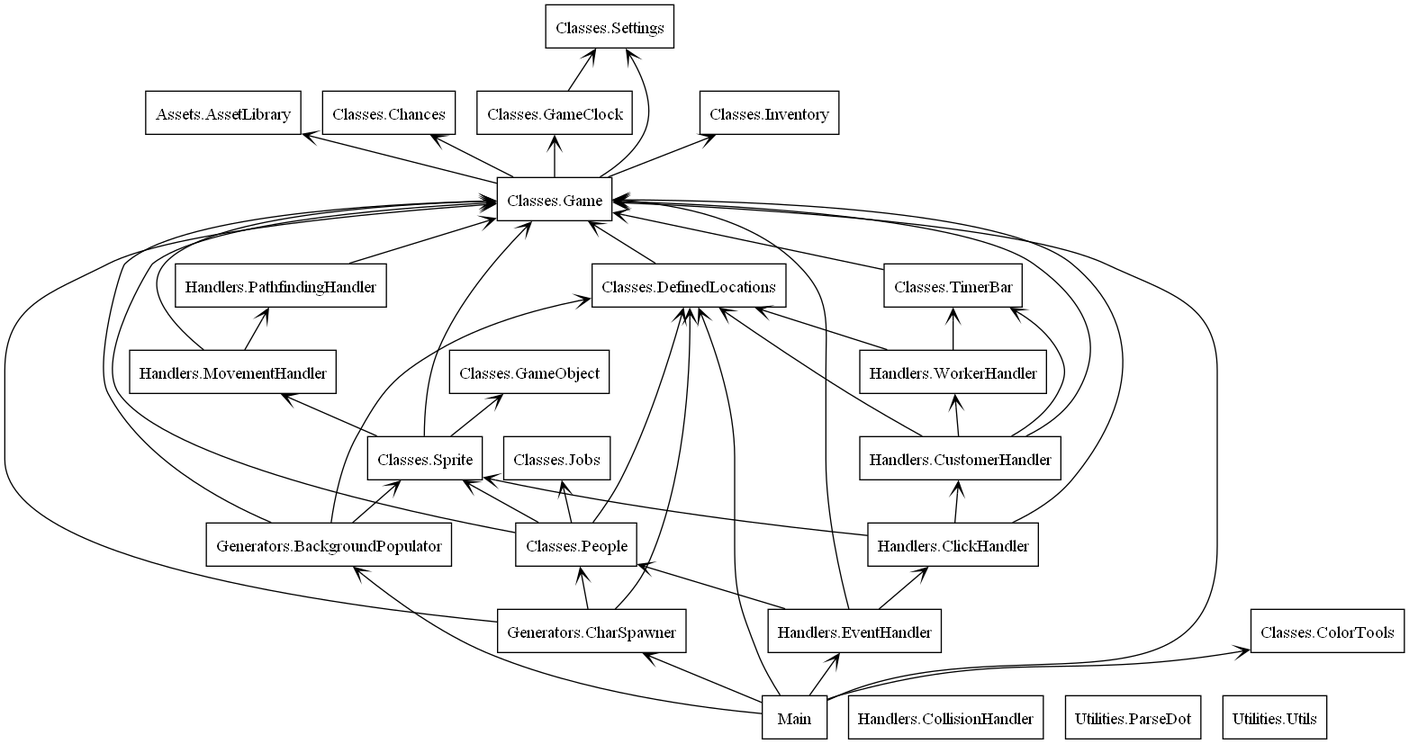
Before: Utilities/packages.png, a diagram exported from Graphviz (AedanM/PoppaPizza). Its source is kept beside it as Utilities/packages.dot.
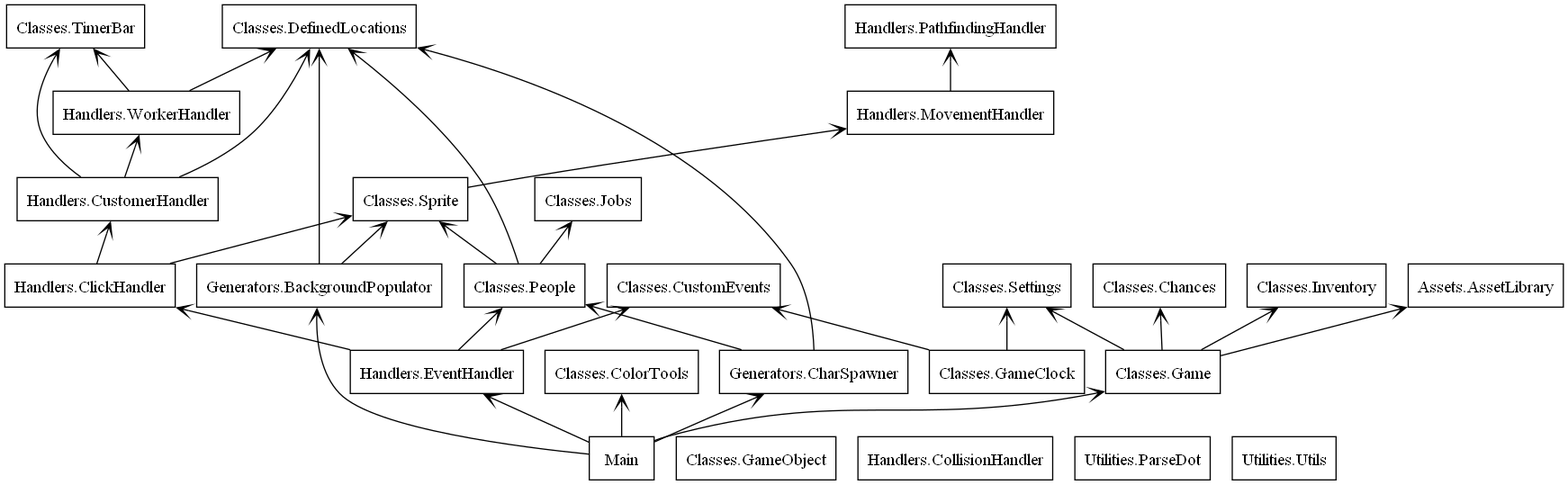
Later version of the same file.

Change to the diagram source:
```diff
@@ -4,6 +4,7 @@
 "Assets.AssetLibrary" [color="black", label=<Assets.AssetLibrary>, shape="box", style="solid"];
 "Classes.Chances" [color="black", label=<Classes.Chances>, shape="box", style="solid"];
 "Classes.ColorTools" [color="black", label=<Classes.ColorTools>, shape="box", style="solid"];
+"Classes.CustomEvents" [color="black", label=<Classes.CustomEvents>, shape="box", style="solid"];
 "Classes.DefinedLocations" [color="black", label=<Classes.DefinedLocations>, shape="box", style="solid"];
 "Classes.Game" [color="black", label=<Classes.Game>, shape="box", style="solid"];
 "Classes.GameClock" [color="black", label=<Classes.GameClock>, shape="box", style="solid"];
@@ -26,44 +27,32 @@
 "Main" [color="black", label=<Main>, shape="box", style="solid"];
 "Utilities.ParseDot" [color="black", label=<Utilities.ParseDot>, shape="box", style="solid"];
 "Utilities.Utils" [color="black", label=<Utilities.Utils>, shape="box", style="solid"];
-"Classes.DefinedLocations" -> "Classes.Game" [arrowhead="open", arrowtail="none"];
 "Classes.Game" -> "Assets.AssetLibrary" [arrowhead="open", arrowtail="none"];
 "Classes.Game" -> "Classes.Chances" [arrowhead="open", arrowtail="none"];
-"Classes.Game" -> "Classes.GameClock" [arrowhead="open", arrowtail="none"];
 "Classes.Game" -> "Classes.Inventory" [arrowhead="open", arrowtail="none"];
 "Classes.Game" -> "Classes.Settings" [arrowhead="open", arrowtail="none"];
+"Classes.GameClock" -> "Classes.CustomEvents" [arrowhead="open", arrowtail="none"];
 "Classes.GameClock" -> "Classes.Settings" [arrowhead="open", arrowtail="none"];
 "Classes.People" -> "Classes.DefinedLocations" [arrowhead="open", arrowtail="none"];
-"Classes.People" -> "Classes.Game" [arrowhead="open", arrowtail="none"];
 "Classes.People" -> "Classes.Jobs" [arrowhead="open", arrowtail="none"];
 "Classes.People" -> "Classes.Sprite" [arrowhead="open", arrowtail="none"];
-"Classes.Sprite" -> "Classes.Game" [arrowhead="open", arrowtail="none"];
-"Classes.Sprite" -> "Classes.GameObject" [arrowhead="open", arrowtail="none"];
 "Classes.Sprite" -> "Handlers.MovementHandler" [arrowhead="open", arrowtail="none"];
-"Classes.TimerBar" -> "Classes.Game" [arrowhead="open", arrowtail="none"];
 "Generators.BackgroundPopulator" -> "Classes.DefinedLocations" [arrowhead="open", arrowtail="none"];
-"Generators.BackgroundPopulator" -> "Classes.Game" [arrowhead="open", arrowtail="none"];
 "Generators.BackgroundPopulator" -> "Classes.Sprite" [arrowhead="open", arrowtail="none"];
 "Generators.CharSpawner" -> "Classes.DefinedLocations" [arrowhead="open", arrowtail="none"];
-"Generators.CharSpawner" -> "Classes.Game" [arrowhead="open", arrowtail="none"];
 "Generators.CharSpawner" -> "Classes.People" [arrowhead="open", arrowtail="none"];
-"Handlers.ClickHandler" -> "Classes.Game" [arrowhead="open", arrowtail="none"];
 "Handlers.ClickHandler" -> "Classes.Sprite" [arrowhead="open", arrowtail="none"];
 "Handlers.ClickHandler" -> "Handlers.CustomerHandler" [arrowhead="open", arrowtail="none"];
 "Handlers.CustomerHandler" -> "Classes.DefinedLocations" [arrowhead="open", arrowtail="none"];
-"Handlers.CustomerHandler" -> "Classes.Game" [arrowhead="open", arrowtail="none"];
 "Handlers.CustomerHandler" -> "Classes.TimerBar" [arrowhead="open", arrowtail="none"];
 "Handlers.CustomerHandler" -> "Handlers.WorkerHandler" [arrowhead="open", arrowtail="none"];
-"Handlers.EventHandler" -> "Classes.Game" [arrowhead="open", arrowtail="none"];
+"Handlers.EventHandler" -> "Classes.CustomEvents" [arrowhead="open", arrowtail="none"];
 "Handlers.EventHandler" -> "Classes.People" [arrowhead="open", arrowtail="none"];
 "Handlers.EventHandler" -> "Handlers.ClickHandler" [arrowhead="open", arrowtail="none"];
-"Handlers.MovementHandler" -> "Classes.Game" [arrowhead="open", arrowtail="none"];
 "Handlers.MovementHandler" -> "Handlers.PathfindingHandler" [arrowhead="open", arrowtail="none"];
-"Handlers.PathfindingHandler" -> "Classes.Game" [arrowhead="open", arrowtail="none"];
 "Handlers.WorkerHandler" -> "Classes.DefinedLocations" [arrowhead="open", arrowtail="none"];
 "Handlers.WorkerHandler" -> "Classes.TimerBar" [arrowhead="open", arrowtail="none"];
 "Main" -> "Classes.ColorTools" [arrowhead="open", arrowtail="none"];
-"Main" -> "Classes.DefinedLocations" [arrowhead="open", arrowtail="none"];
 "Main" -> "Classes.Game" [arrowhead="open", arrowtail="none"];
 "Main" -> "Generators.BackgroundPopulator" [arrowhead="open", arrowtail="none"];
 "Main" -> "Generators.CharSpawner" [arrowhead="open", arrowtail="none"];
```
